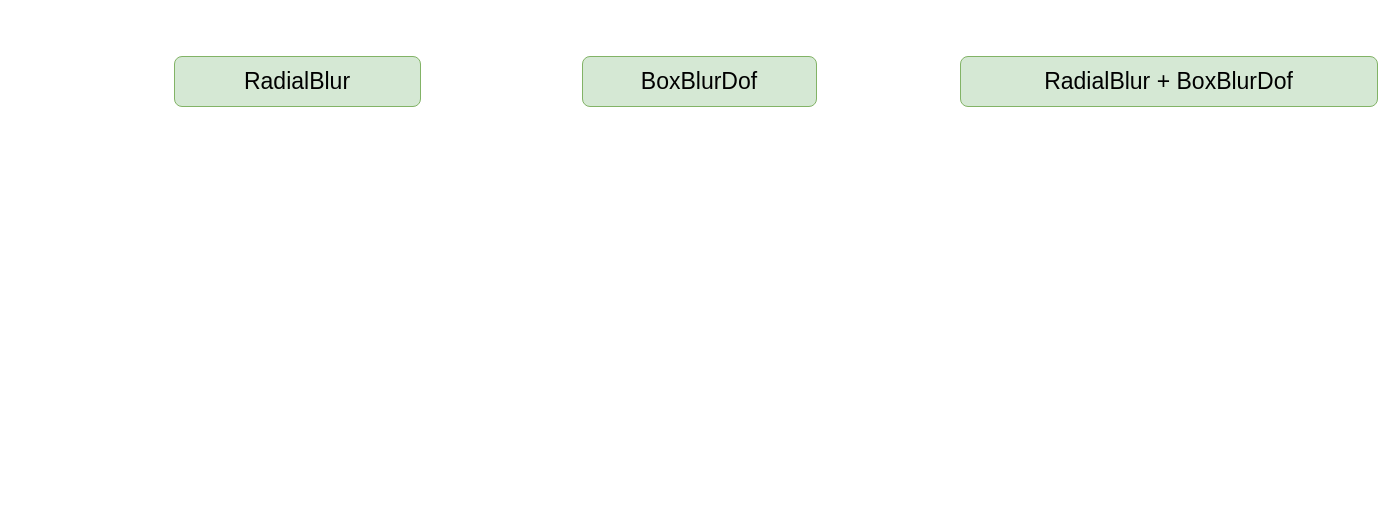
zane133/DrawIO keeps this draw.io diagram as draw.io/未命名绘图.drawio. Above is the earlier version. Source tidied: cells renumbered, new cells numbered last; positions are measured from the earlier drawing's top-left corner, leaving out a move shared by most shapes. Both pictures are drawn from the tidied source at 100%, with x=0, y=0 at pixel (174, 56).
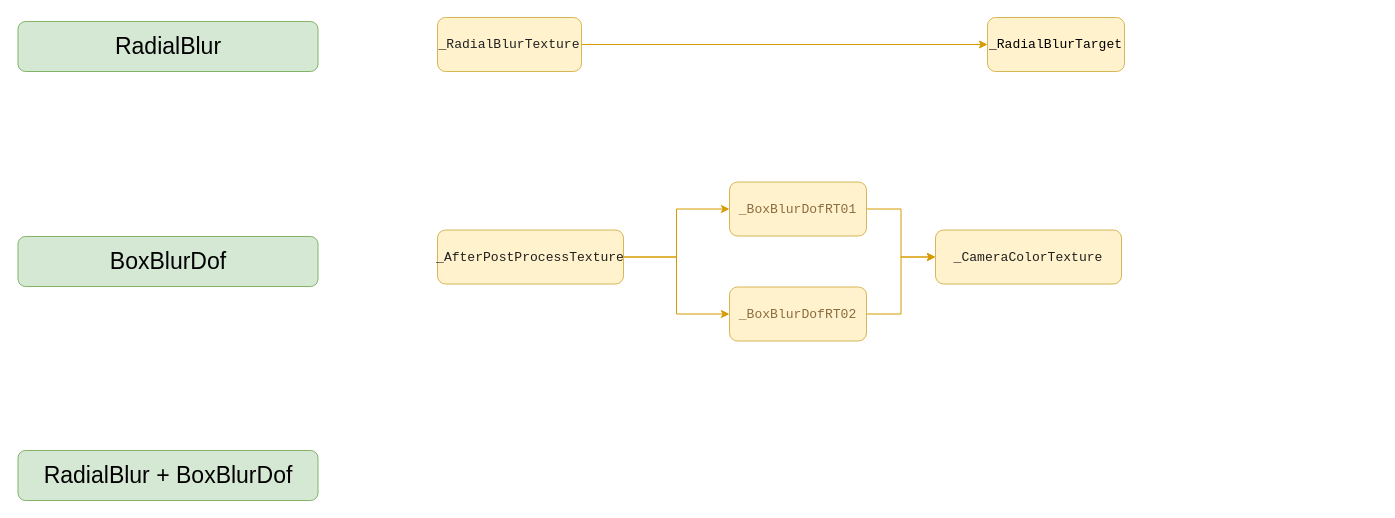
The same diagram, later.

Commit message:
更新未命名绘图.drawio

What changed in the source:
```diff
@@
 <mxGraphModel>
   <root>
     <mxCell id="0" />
     <mxCell id="1" parent="0" />
-    <mxCell id="2" value="&lt;font style=&quot;font-size: 23px;&quot;&gt;RadialBlur&lt;/font&gt;" style="rounded=1;whiteSpace=wrap;html=1;fillColor=#d5e8d4;strokeColor=#82b366;glass=0;sketch=0;shadow=0;" parent="1" vertex="1">
-      <mxGeometry width="246" height="50" as="geometry" />
+    <mxCell id="2" value="&lt;font style=&quot;font-size: 23px;&quot;&gt;RadialBlur&lt;/font&gt;" style="rounded=1;whiteSpace=wrap;html=1;fillColor=#d5e8d4;strokeColor=#82b366;glass=0;sketch=0;shadow=0;flipV=1;" parent="1" vertex="1">
+      <mxGeometry x="-156.5" y="-35" width="300" height="50" as="geometry" />
     </mxCell>
-    <mxCell id="3" value="&lt;pre style=&quot;color: rgb(32, 32, 32); font-family: &amp;quot;JetBrains Mono&amp;quot;, monospace; font-size: 9.8pt;&quot;&gt;&lt;span style=&quot;color: rgb(0, 0, 0); font-family: Helvetica; font-size: 23px;&quot;&gt;BoxBlurDof&lt;/span&gt;&lt;br&gt;&lt;/pre&gt;" style="rounded=1;whiteSpace=wrap;html=1;fillColor=#d5e8d4;strokeColor=#82b366;glass=0;sketch=0;shadow=0;" parent="1" vertex="1">
-      <mxGeometry x="408" width="234" height="50" as="geometry" />
+    <mxCell id="3" value="&lt;pre style=&quot;color: rgb(32, 32, 32); font-family: &amp;quot;JetBrains Mono&amp;quot;, monospace; font-size: 9.8pt;&quot;&gt;&lt;span style=&quot;color: rgb(0, 0, 0); font-family: Helvetica; font-size: 23px;&quot;&gt;BoxBlurDof&lt;/span&gt;&lt;br&gt;&lt;/pre&gt;" style="rounded=1;whiteSpace=wrap;html=1;fillColor=#d5e8d4;strokeColor=#82b366;glass=0;sketch=0;shadow=0;flipV=1;" parent="1" vertex="1">
+      <mxGeometry x="-156.5" y="180" width="300" height="50" as="geometry" />
     </mxCell>
-    <mxCell id="4" value="&lt;span style=&quot;font-size: 23px;&quot;&gt;RadialBlur +&amp;nbsp;&lt;/span&gt;&lt;span style=&quot;font-size: 23px; background-color: initial;&quot;&gt;BoxBlurDof&lt;/span&gt;&lt;span style=&quot;font-size: 23px;&quot;&gt;&lt;br&gt;&lt;/span&gt;" style="rounded=1;whiteSpace=wrap;html=1;fillColor=#d5e8d4;strokeColor=#82b366;glass=0;sketch=0;shadow=0;" parent="1" vertex="1">
-      <mxGeometry x="786" width="417" height="50" as="geometry" />
+    <mxCell id="4" value="&lt;span style=&quot;font-size: 23px;&quot;&gt;RadialBlur +&amp;nbsp;&lt;/span&gt;&lt;span style=&quot;font-size: 23px; background-color: initial;&quot;&gt;BoxBlurDof&lt;/span&gt;&lt;span style=&quot;font-size: 23px;&quot;&gt;&lt;br&gt;&lt;/span&gt;" style="rounded=1;whiteSpace=wrap;html=1;fillColor=#d5e8d4;strokeColor=#82b366;glass=0;sketch=0;shadow=0;flipV=1;" parent="1" vertex="1">
+      <mxGeometry x="-156.5" y="394" width="300" height="50" as="geometry" />
     </mxCell>
+    <mxCell id="5" style="edgeStyle=orthogonalEdgeStyle;rounded=0;jettySize=auto;html=1;fontColor=#000000;fillColor=#ffe6cc;strokeColor=#d79b00;" parent="1" edge="1" source="6" target="7">
+      <mxGeometry relative="1" as="geometry" />
+    </mxCell>
+    <mxCell id="6" value="&lt;pre style=&quot;color: rgb(32, 32, 32); font-family: &amp;quot;JetBrains Mono&amp;quot;, monospace; font-size: 9.8pt;&quot;&gt;_RadialBlurTexture&lt;/pre&gt;" style="rounded=1;whiteSpace=wrap;html=1;fillColor=#fff2cc;strokeColor=#d6b656;glass=0;sketch=0;shadow=0;" parent="1" vertex="1">
+      <mxGeometry x="263" y="-39" width="144" height="54" as="geometry" />
+    </mxCell>
+    <mxCell id="7" value="&lt;pre style=&quot;font-family: &amp;quot;JetBrains Mono&amp;quot;, monospace; font-size: 9.8pt;&quot;&gt;_RadialBlurTarget&lt;/pre&gt;" style="rounded=1;whiteSpace=wrap;html=1;fillColor=#fff2cc;strokeColor=#d6b656;glass=0;sketch=0;shadow=0;" parent="1" vertex="1">
+      <mxGeometry x="813" y="-39" width="137" height="54" as="geometry" />
+    </mxCell>
+    <mxCell id="8" style="edgeStyle=orthogonalEdgeStyle;rounded=0;jettySize=auto;html=1;fontColor=#000000;fillColor=#ffe6cc;strokeColor=#d79b00;" parent="1" edge="1" source="10" target="12">
+      <mxGeometry relative="1" as="geometry" />
+    </mxCell>
+    <mxCell id="9" style="edgeStyle=orthogonalEdgeStyle;rounded=0;jettySize=auto;html=1;entryX=0;entryY=0.5;entryDx=0;entryDy=0;fontColor=#000000;fillColor=#ffe6cc;strokeColor=#d79b00;" parent="1" edge="1" source="10" target="14">
+      <mxGeometry relative="1" as="geometry" />
+    </mxCell>
+    <mxCell id="10" value="&lt;pre style=&quot;color: rgb(32, 32, 32); font-family: &amp;quot;JetBrains Mono&amp;quot;, monospace; font-size: 9.8pt;&quot;&gt;_AfterPostProcessTexture&lt;/pre&gt;" style="rounded=1;whiteSpace=wrap;html=1;fillColor=#fff2cc;strokeColor=#d6b656;glass=0;sketch=0;shadow=0;" parent="1" vertex="1">
+      <mxGeometry x="263" y="173.5" width="186" height="54" as="geometry" />
+    </mxCell>
+    <mxCell id="11" style="edgeStyle=orthogonalEdgeStyle;rounded=0;jettySize=auto;html=1;fontColor=#000000;fillColor=#ffe6cc;strokeColor=#d79b00;" parent="1" edge="1" source="12" target="15">
+      <mxGeometry relative="1" as="geometry" />
+    </mxCell>
+    <mxCell id="12" value="&lt;pre style=&quot;font-family: &amp;quot;JetBrains Mono&amp;quot;, monospace; font-size: 9.8pt;&quot;&gt;&lt;pre style=&quot;color: rgb(32, 32, 32); font-family: &amp;quot;JetBrains Mono&amp;quot;, monospace; font-size: 9.8pt;&quot;&gt;&lt;span style=&quot;color:#8c6c41;&quot;&gt;_BoxBlurDofRT01&lt;/span&gt;&lt;/pre&gt;&lt;/pre&gt;" style="rounded=1;whiteSpace=wrap;html=1;fillColor=#fff2cc;strokeColor=#d6b656;glass=0;sketch=0;shadow=0;" parent="1" vertex="1">
+      <mxGeometry x="555" y="125.5" width="137" height="54" as="geometry" />
+    </mxCell>
+    <mxCell id="13" style="edgeStyle=orthogonalEdgeStyle;rounded=0;jettySize=auto;html=1;entryX=0;entryY=0.5;entryDx=0;entryDy=0;fontColor=#000000;fillColor=#ffe6cc;strokeColor=#d79b00;" parent="1" edge="1" source="14" target="15">
+      <mxGeometry relative="1" as="geometry" />
+    </mxCell>
+    <mxCell id="14" value="&lt;pre style=&quot;font-family: &amp;quot;JetBrains Mono&amp;quot;, monospace; font-size: 9.8pt;&quot;&gt;&lt;pre style=&quot;color: rgb(32, 32, 32); font-family: &amp;quot;JetBrains Mono&amp;quot;, monospace; font-size: 9.8pt;&quot;&gt;&lt;span style=&quot;color:#8c6c41;&quot;&gt;_BoxBlurDofRT02&lt;/span&gt;&lt;/pre&gt;&lt;/pre&gt;" style="rounded=1;whiteSpace=wrap;html=1;fillColor=#fff2cc;strokeColor=#d6b656;glass=0;sketch=0;shadow=0;" parent="1" vertex="1">
+      <mxGeometry x="555" y="230.5" width="137" height="54" as="geometry" />
+    </mxCell>
+    <mxCell id="15" value="&lt;pre style=&quot;color: rgb(32, 32, 32); font-family: &amp;quot;JetBrains Mono&amp;quot;, monospace; font-size: 9.8pt;&quot;&gt;_CameraColorTexture&lt;/pre&gt;" style="rounded=1;whiteSpace=wrap;html=1;fillColor=#fff2cc;strokeColor=#d6b656;glass=0;sketch=0;shadow=0;" parent="1" vertex="1">
+      <mxGeometry x="761" y="173.5" width="186" height="54" as="geometry" />
+    </mxCell>
   </root>
 </mxGraphModel>
```
